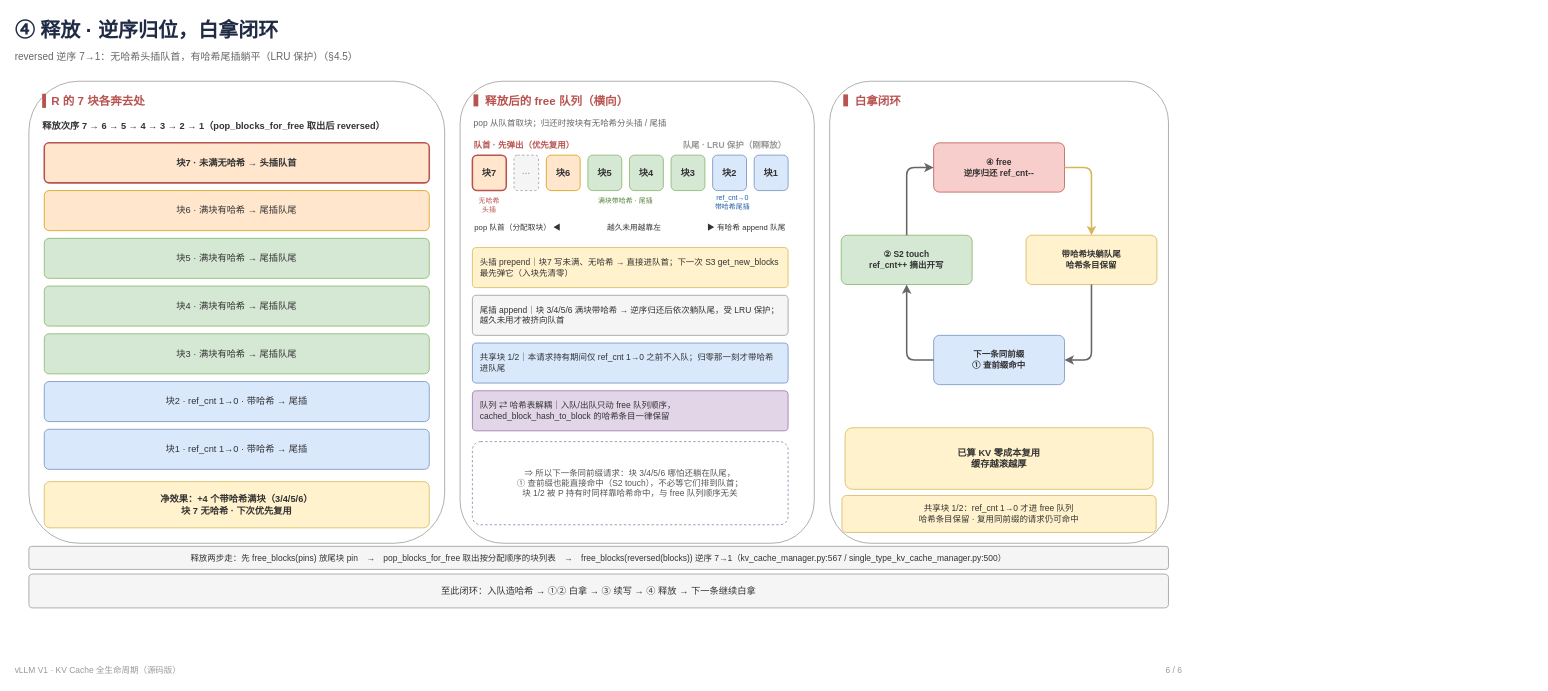
Earlier version of the draw.io diagram page "06 ④ 释放闭环" (6 of 6) of vllm/v1/core/kvcache_study/kvcache_draw_ppt_v2/kvcache_runtime_sequence_ppt.drawio (GoCHug/vllm). Source tidied: cells renumbered, new cells numbered last; positions are measured from the earlier drawing's top-left corner, leaving out a move shared by most shapes. Both pictures are drawn from the tidied source at 77%, with x=0, y=0 at pixel (13, 13).
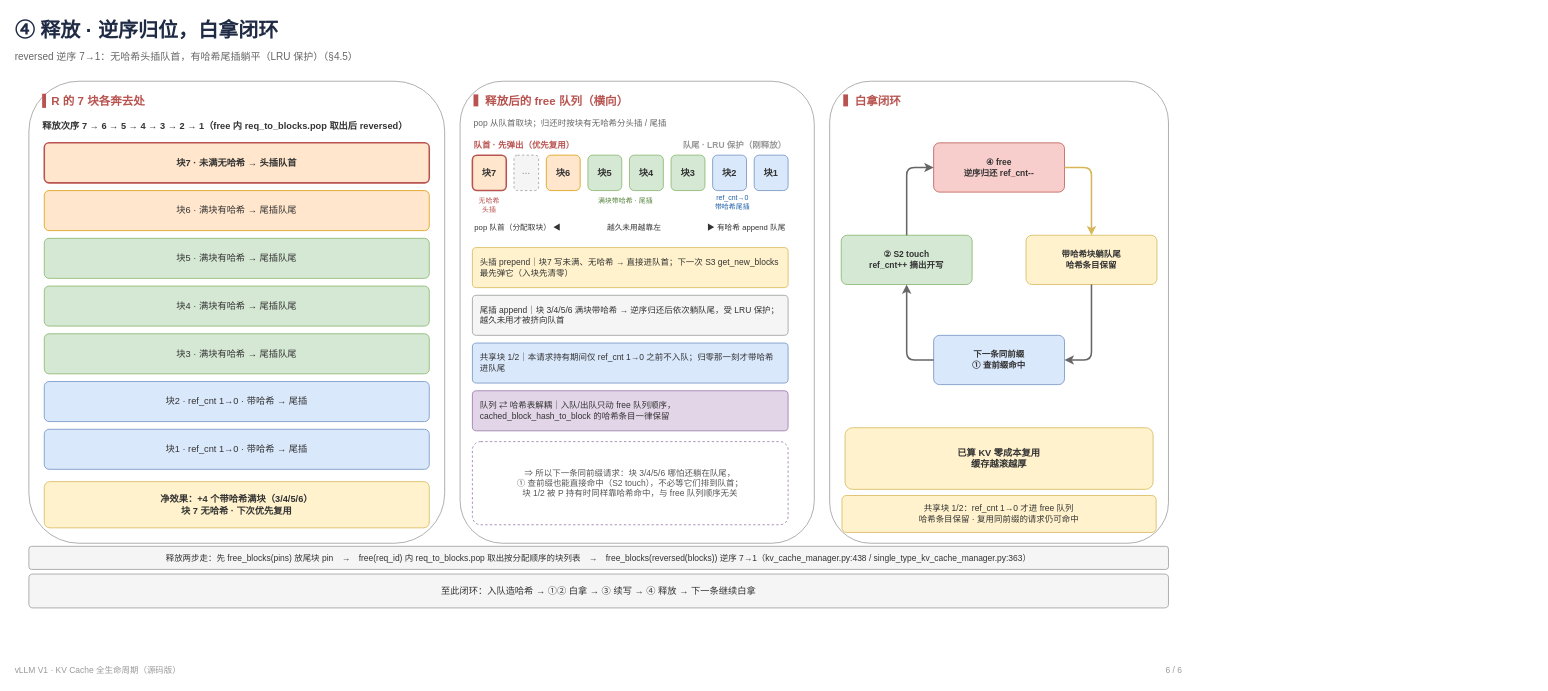
After the change.

Change to the diagram source:
```diff
@@
-    <mxCell id="8" value="释放次序 7 → 6 → 5 → 4 → 3 → 2 → 1（pop_blocks_for_free 取出后 reversed）" style="text;html=1;whiteSpace=wrap;fontSize=12;fontColor=#333333;align=left;fontStyle=1;" parent="1" vertex="1">
+    <mxCell id="8" value="释放次序 7 → 6 → 5 → 4 → 3 → 2 → 1（free 内 req_to_blocks.pop 取出后 reversed）" style="text;html=1;whiteSpace=wrap;fontSize=12;fontColor=#333333;align=left;fontStyle=1;" parent="1" vertex="1">
       <mxGeometry x="36" y="132" width="500" height="24" as="geometry" />
     </mxCell>
@@
-    <mxCell id="52" value="释放两步走：先 free_blocks(pins) 放尾块 pin　→　pop_blocks_for_free 取出按分配顺序的块列表　→　free_blocks(reversed(blocks)) 逆序 7→1（kv_cache_manager.py:567 / single_type_kv_cache_manager.py:500）" style="rounded=1;whiteSpace=wrap;html=1;arcSize=12;fillColor=#f5f5f5;strokeColor=#999999;strokeWidth=1;fontSize=11;fontColor=#333333;align=center;" parent="1" vertex="1">
+    <mxCell id="52" value="释放两步走：先 free_blocks(pins) 放尾块 pin　→　free(req_id) 内 req_to_blocks.pop 取出按分配顺序的块列表　→　free_blocks(reversed(blocks)) 逆序 7→1（kv_cache_manager.py:438 / single_type_kv_cache_manager.py:363）" style="rounded=1;whiteSpace=wrap;html=1;arcSize=12;fillColor=#f5f5f5;strokeColor=#999999;strokeWidth=1;fontSize=11;fontColor=#333333;align=center;" parent="1" vertex="1">
       <mxGeometry x="20" y="692" width="1480" height="30" as="geometry" />
     </mxCell>
```
